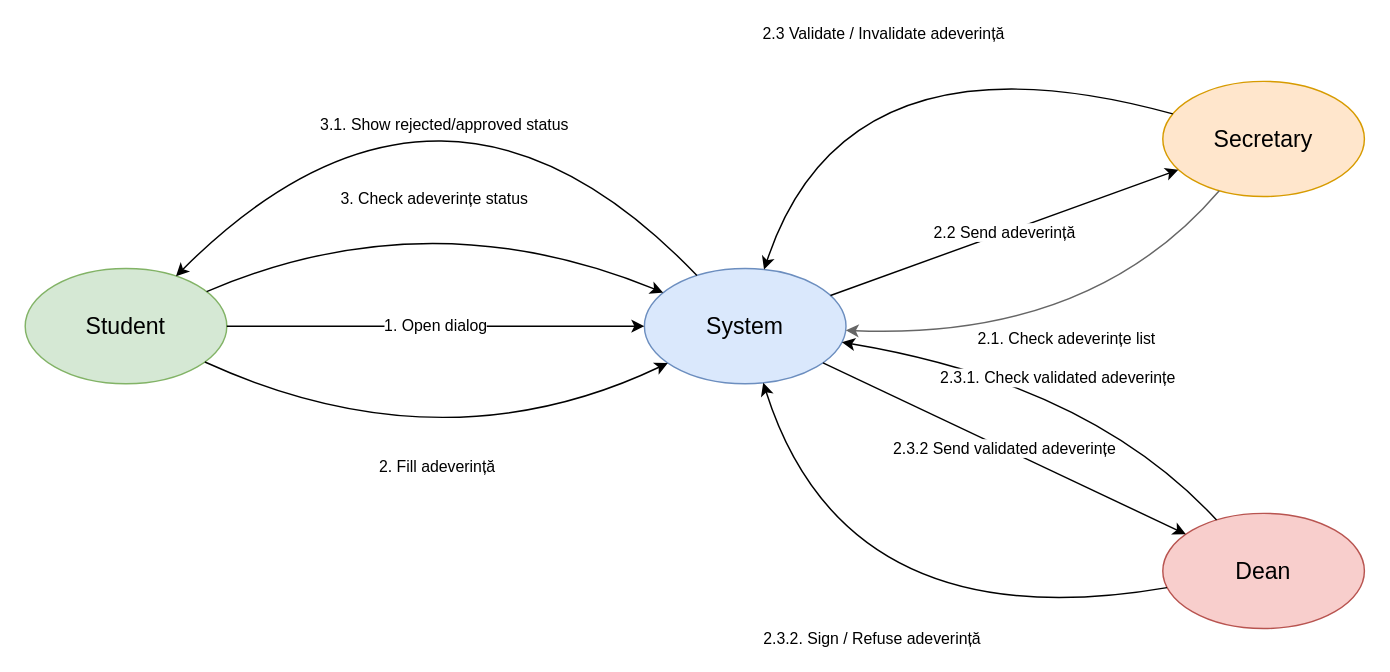
The draw.io diagram teste_Patrascu/diagrama_comunicatii_Patrascu.drawio in a-bratosin/ISP-Gestionare-Adeverinte, before the edit. Source tidied: cells renumbered, new cells numbered last; positions are measured from the earlier drawing's top-left corner, leaving out a move shared by most shapes. Both pictures are drawn from the tidied source at 144%, with x=0, y=0 at pixel (24, 9).
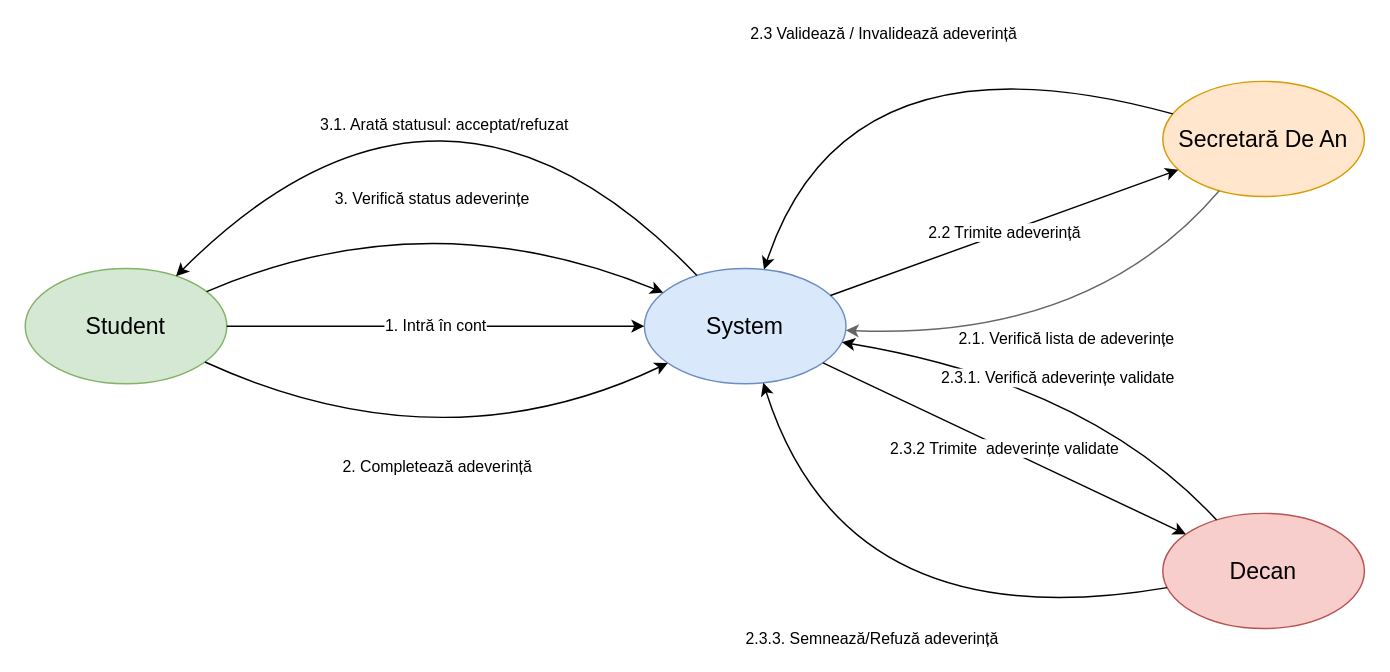
After the change.

Commit message (it also covers changes not shown here):
documentatie + reparare comunicatiii patrascu

Unchanged cells that the change refers to:
```xml
<mxCell id="2" value="System" style="ellipse;whiteSpace=wrap;html=1;fillColor=#dae8fc;strokeColor=#6c8ebf;fontSize=16;" parent="1" vertex="1">
  <mxGeometry x="430" y="180" width="140" height="80" as="geometry" />
</mxCell>
<mxCell id="3" value="Student" style="ellipse;whiteSpace=wrap;html=1;fillColor=#d5e8d4;strokeColor=#82b366;fontSize=16;" parent="1" vertex="1">
  <mxGeometry y="180" width="140" height="80" as="geometry" />
</mxCell>
```

Diff of the diagram source:
```diff
@@
-    <mxCell id="4" value="Secretary" style="ellipse;whiteSpace=wrap;html=1;fillColor=#ffe6cc;strokeColor=#d79b00;fontSize=16;" parent="1" vertex="1">
+    <mxCell id="4" value="Secretară De An" style="ellipse;whiteSpace=wrap;html=1;fillColor=#ffe6cc;strokeColor=#d79b00;fontSize=16;" parent="1" vertex="1">
       <mxGeometry x="790" y="50" width="140" height="80" as="geometry" />
     </mxCell>
-    <mxCell id="5" value="Dean" style="ellipse;whiteSpace=wrap;html=1;fillColor=#f8cecc;strokeColor=#b85450;fontSize=16;" parent="1" vertex="1">
+    <mxCell id="5" value="Decan" style="ellipse;whiteSpace=wrap;html=1;fillColor=#f8cecc;strokeColor=#b85450;fontSize=16;" parent="1" vertex="1">
       <mxGeometry x="790" y="350" width="140" height="80" as="geometry" />
     </mxCell>
-    <mxCell id="6" value="1. Open dialog" style="endArrow=classic;html=1;" parent="1" edge="1" source="3" target="2">
+    <mxCell id="6" value="1. Intră în cont" style="endArrow=classic;html=1;" parent="1" edge="1" source="3" target="2">
       <mxGeometry relative="1" as="geometry" />
     </mxCell>
-    <mxCell id="7" value="2. Fill adeverință" style="endArrow=classic;html=1;rounded=0;curved=1;" parent="1" edge="1" source="3" target="2">
+    <mxCell id="7" value="2. Completează adeverință" style="endArrow=classic;html=1;rounded=0;curved=1;" parent="1" edge="1" source="3" target="2">
       <mxGeometry relative="1" as="geometry">
         <Array as="points">
           <mxPoint x="290" y="320" />
         </Array>
       </mxGeometry>
     </mxCell>
-    <mxCell id="8" value="3. Check adeverințe status" style="endArrow=classic;html=1;rounded=0;curved=1;" parent="1" edge="1" source="3" target="2">
+    <mxCell id="8" value="3. Verifică status adeverințe&amp;nbsp;" style="endArrow=classic;html=1;rounded=0;curved=1;" parent="1" edge="1" source="3" target="2">
       <mxGeometry relative="1" as="geometry">
         <Array as="points">
           <mxPoint x="280" y="130" />
         </Array>
       </mxGeometry>
     </mxCell>
-    <mxCell id="9" value="&lt;div&gt;3.1. Show rejected/approved status&lt;/div&gt;" style="endArrow=classic;html=1;rounded=0;curved=1;" parent="1" edge="1" source="2" target="3">
+    <mxCell id="9" value="&lt;div&gt;3.1. Arată statusul: acceptat/refuzat&lt;/div&gt;" style="endArrow=classic;html=1;rounded=0;curved=1;" parent="1" edge="1" source="2" target="3">
       <mxGeometry x="-0.24" y="55" relative="1" as="geometry">
         <Array as="points">
           <mxPoint x="290" />
         </Array>
       </mxGeometry>
     </mxCell>
-    <mxCell id="10" value="2.2 Send adeverință" style="endArrow=classic;html=1;" parent="1" edge="1" source="2" target="4">
+    <mxCell id="10" value="2.2 Trimite adeverință" style="endArrow=classic;html=1;" parent="1" edge="1" source="2" target="4">
       <mxGeometry relative="1" as="geometry" />
     </mxCell>
-    <mxCell id="11" value="2.1. Check adeverințe list" style="endArrow=classic;html=1;strokeColor=#666666;rounded=0;curved=1;fillColor=#f5f5f5;" parent="1" edge="1" source="4" target="2">
+    <mxCell id="11" value="2.1. Verifică lista de adeverințe" style="endArrow=classic;html=1;strokeColor=#666666;rounded=0;curved=1;fillColor=#f5f5f5;" parent="1" edge="1" source="4" target="2">
       <mxGeometry relative="1" as="geometry">
         <Array as="points">
           <mxPoint x="740" y="230" />
         </Array>
       </mxGeometry>
     </mxCell>
-    <mxCell id="12" value="2.3 Validate / Invalidate adeverință" style="endArrow=classic;html=1;rounded=0;curved=1;" parent="1" edge="1" source="4" target="2">
+    <mxCell id="12" value="2.3 Validează / Invalidează adeverință" style="endArrow=classic;html=1;rounded=0;curved=1;" parent="1" edge="1" source="4" target="2">
       <mxGeometry relative="1" as="geometry">
         <Array as="points">
           <mxPoint x="570" y="10" />
         </Array>
       </mxGeometry>
     </mxCell>
-    <mxCell id="13" value="2.3.2 Send validated adeverințe" style="endArrow=classic;html=1;" parent="1" edge="1" source="2" target="5">
+    <mxCell id="13" value="2.3.2 Trimite&amp;nbsp; adeverințe validate" style="endArrow=classic;html=1;" parent="1" edge="1" source="2" target="5">
       <mxGeometry relative="1" as="geometry" />
     </mxCell>
-    <mxCell id="14" value="2.3.1. Check validated adeverințe" style="endArrow=classic;html=1;rounded=0;curved=1;" parent="1" edge="1" source="5" target="2">
+    <mxCell id="14" value="2.3.1. Verifică adeverințe validate" style="endArrow=classic;html=1;rounded=0;curved=1;" parent="1" edge="1" source="5" target="2">
       <mxGeometry relative="1" as="geometry">
         <Array as="points">
           <mxPoint x="740" y="260" />
         </Array>
       </mxGeometry>
     </mxCell>
-    <mxCell id="15" value="&lt;div&gt;2.3.2. Sign / Refuse adeverință&lt;/div&gt;" style="endArrow=classic;html=1;rounded=0;curved=1;" parent="1" edge="1" source="5" target="2">
+    <mxCell id="15" value="&lt;div&gt;2.3.3. Semnează/Refuză adeverință&lt;/div&gt;" style="endArrow=classic;html=1;rounded=0;curved=1;" parent="1" edge="1" source="5" target="2">
       <mxGeometry relative="1" as="geometry">
         <Array as="points">
           <mxPoint x="570" y="440" />
         </Array>
       </mxGeometry>
     </mxCell>
```
